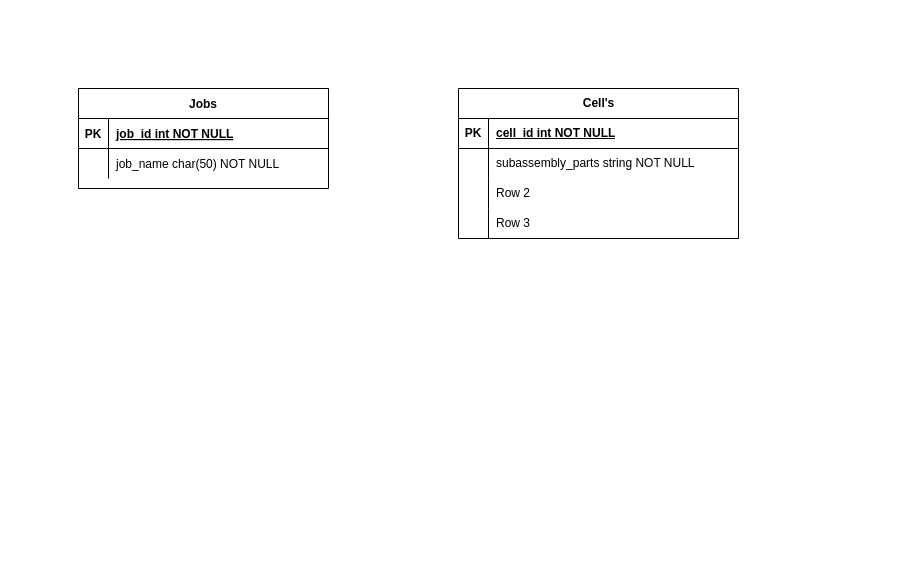
This is ER-Diagram.drawio from Philmyrage/SteelCell-Shop-Solutions, a draw.io file, before an edit. Source tidied: cells renumbered, new cells numbered last; positions are measured from the earlier drawing's top-left corner, leaving out a move shared by most shapes. Both pictures are drawn from the tidied source at 100%, with x=0, y=0 at pixel (78, 88).
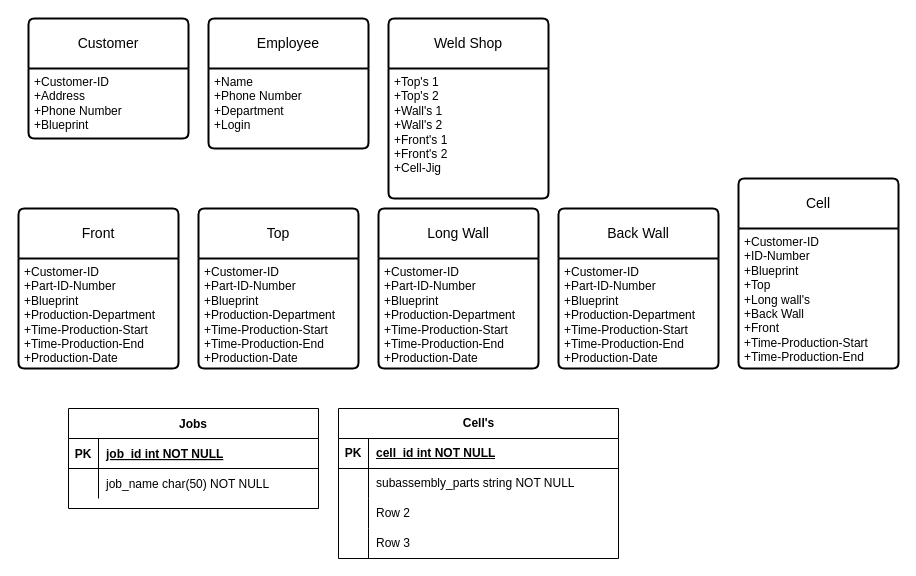
After the change.

Change to the diagram source:
```diff
@@
     <mxCell id="2" value="Jobs" style="shape=table;startSize=30;childLayout=tableLayout;rowLines=0;fontStyle=1;align=center;" parent="1" vertex="1">
-      <mxGeometry width="250" height="100" as="geometry" />
+      <mxGeometry x="-10" y="320" width="250" height="100" as="geometry" />
     </mxCell>
@@
     <mxCell id="9" value="Cell's" style="shape=table;startSize=30;childLayout=tableLayout;rowLines=0;fontStyle=1;align=center;html=1;" parent="1" vertex="1">
-      <mxGeometry x="380" width="280" height="150" as="geometry" />
+      <mxGeometry x="260" y="320" width="280" height="150" as="geometry" />
     </mxCell>
@@
+    <mxCell id="22" value="Cell" style="swimlane;horizontal=1;startSize=50;rounded=1;fontSize=14;fontStyle=0;strokeWidth=2;shadow=0;dashed=0;align=center;arcSize=4;whiteSpace=wrap;html=1;" parent="1" vertex="1">
+      <mxGeometry x="660" y="90" width="160" height="190" as="geometry" />
+    </mxCell>
+    <mxCell id="23" value="+Customer-ID&lt;br&gt;&lt;div&gt;&lt;span style=&quot;background-color: initial;&quot;&gt;+ID-Number&lt;/span&gt;&lt;/div&gt;+Blueprint&lt;br&gt;+Top&lt;div&gt;+Long wall's&lt;/div&gt;&lt;div&gt;+Back Wall&lt;/div&gt;&lt;div&gt;+Front&lt;/div&gt;&lt;div&gt;&lt;div&gt;+Time-Production-Start&lt;/div&gt;&lt;div&gt;+Time-Production-End&lt;/div&gt;&lt;/div&gt;" style="align=left;strokeColor=none;fillColor=none;spacingLeft=4;fontSize=12;verticalAlign=top;html=1;" parent="22" vertex="1">
+      <mxGeometry y="50" width="160" height="140" as="geometry" />
+    </mxCell>
+    <mxCell id="24" value="Top" style="swimlane;horizontal=1;startSize=50;rounded=1;fontSize=14;fontStyle=0;strokeWidth=2;shadow=0;dashed=0;align=center;arcSize=4;whiteSpace=wrap;html=1;" parent="1" vertex="1">
+      <mxGeometry x="120" y="120" width="160" height="160" as="geometry" />
+    </mxCell>
+    <mxCell id="25" value="+Customer-ID&lt;br&gt;+Part-ID-Number&lt;br&gt;+Blueprint&lt;div&gt;+Production-Department&lt;br&gt;&lt;div&gt;+Time-Production-Start&lt;/div&gt;&lt;div&gt;+Time-Production-End&lt;/div&gt;&lt;/div&gt;&lt;div&gt;+Production-Date&lt;/div&gt;" style="align=left;strokeColor=none;fillColor=none;spacingLeft=4;fontSize=12;verticalAlign=top;html=1;" parent="24" vertex="1">
+      <mxGeometry y="50" width="160" height="110" as="geometry" />
+    </mxCell>
+    <mxCell id="26" value="Long Wall" style="swimlane;horizontal=1;startSize=50;rounded=1;fontSize=14;fontStyle=0;strokeWidth=2;shadow=0;dashed=0;align=center;arcSize=4;whiteSpace=wrap;html=1;" parent="1" vertex="1">
+      <mxGeometry x="300" y="120" width="160" height="160" as="geometry" />
+    </mxCell>
+    <mxCell id="27" value="+Customer-ID&lt;br&gt;+Part-ID-Number&lt;br&gt;+Blueprint&lt;div&gt;+Production-Department&lt;br&gt;&lt;div&gt;+Time-Production-Start&lt;/div&gt;&lt;div&gt;+Time-Production-End&lt;/div&gt;&lt;/div&gt;&lt;div&gt;+Production-Date&lt;/div&gt;" style="align=left;strokeColor=none;fillColor=none;spacingLeft=4;fontSize=12;verticalAlign=top;html=1;" parent="26" vertex="1">
+      <mxGeometry y="50" width="160" height="110" as="geometry" />
+    </mxCell>
+    <mxCell id="28" value="Back Wall" style="swimlane;horizontal=1;startSize=50;rounded=1;fontSize=14;fontStyle=0;strokeWidth=2;shadow=0;dashed=0;align=center;arcSize=4;whiteSpace=wrap;html=1;" parent="1" vertex="1">
+      <mxGeometry x="480" y="120" width="160" height="160" as="geometry" />
+    </mxCell>
+    <mxCell id="29" value="+Customer-ID&lt;br&gt;+Part-ID-Number&lt;br&gt;+Blueprint&lt;div&gt;+Production-Department&lt;br&gt;&lt;div&gt;+Time-Production-Start&lt;/div&gt;&lt;div&gt;+Time-Production-End&lt;/div&gt;&lt;/div&gt;&lt;div&gt;+Production-Date&lt;/div&gt;" style="align=left;strokeColor=none;fillColor=none;spacingLeft=4;fontSize=12;verticalAlign=top;html=1;" parent="28" vertex="1">
+      <mxGeometry y="50" width="160" height="110" as="geometry" />
+    </mxCell>
+    <mxCell id="30" value="Front" style="swimlane;horizontal=1;startSize=50;rounded=1;fontSize=14;fontStyle=0;strokeWidth=2;shadow=0;dashed=0;align=center;arcSize=4;whiteSpace=wrap;html=1;" parent="1" vertex="1">
+      <mxGeometry x="-60" y="120" width="160" height="160" as="geometry" />
+    </mxCell>
+    <mxCell id="31" value="+Customer-ID&lt;br&gt;+Part-ID-Number&lt;br&gt;+Blueprint&lt;div&gt;+Production-Department&lt;br&gt;&lt;div&gt;+Time-Production-Start&lt;/div&gt;&lt;div&gt;+Time-Production-End&lt;/div&gt;&lt;/div&gt;&lt;div&gt;+Production-Date&lt;/div&gt;" style="align=left;strokeColor=none;fillColor=none;spacingLeft=4;fontSize=12;verticalAlign=top;html=1;" parent="30" vertex="1">
+      <mxGeometry y="50" width="160" height="110" as="geometry" />
+    </mxCell>
+    <mxCell id="32" value="Customer" style="swimlane;horizontal=1;startSize=50;rounded=1;fontSize=14;fontStyle=0;strokeWidth=2;shadow=0;dashed=0;align=center;arcSize=4;whiteSpace=wrap;html=1;" parent="1" vertex="1">
+      <mxGeometry x="-50" y="-70" width="160" height="120" as="geometry" />
+    </mxCell>
+    <mxCell id="33" value="+Customer-ID&lt;br&gt;+Address&lt;br&gt;+Phone Number&lt;div&gt;+Blueprint&lt;/div&gt;" style="align=left;strokeColor=none;fillColor=none;spacingLeft=4;fontSize=12;verticalAlign=top;html=1;" parent="32" vertex="1">
+      <mxGeometry y="50" width="160" height="70" as="geometry" />
+    </mxCell>
+    <mxCell id="34" value="Employee" style="swimlane;horizontal=1;startSize=50;rounded=1;fontSize=14;fontStyle=0;strokeWidth=2;shadow=0;dashed=0;align=center;arcSize=4;whiteSpace=wrap;html=1;" parent="1" vertex="1">
+      <mxGeometry x="130" y="-70" width="160" height="130" as="geometry" />
+    </mxCell>
+    <mxCell id="35" value="+Name&lt;br&gt;+Phone Number&lt;br&gt;+Department&lt;br&gt;&lt;div&gt;+Login&lt;/div&gt;" style="align=left;strokeColor=none;fillColor=none;spacingLeft=4;fontSize=12;verticalAlign=top;html=1;" parent="34" vertex="1">
+      <mxGeometry y="50" width="160" height="80" as="geometry" />
+    </mxCell>
+    <mxCell id="36" value="Weld Shop" style="swimlane;horizontal=1;startSize=50;rounded=1;fontSize=14;fontStyle=0;strokeWidth=2;shadow=0;dashed=0;align=center;arcSize=4;whiteSpace=wrap;html=1;" parent="1" vertex="1">
+      <mxGeometry x="310" y="-70" width="160" height="180" as="geometry" />
+    </mxCell>
+    <mxCell id="37" value="+Top's 1&lt;br&gt;+Top's 2&lt;br&gt;+Wall's 1&lt;div&gt;+Wall's 2&lt;/div&gt;&lt;div&gt;+Front's 1&lt;/div&gt;&lt;div&gt;+Front's 2&lt;/div&gt;&lt;div&gt;+Cell-Jig&lt;/div&gt;" style="align=left;strokeColor=none;fillColor=none;spacingLeft=4;fontSize=12;verticalAlign=top;html=1;" parent="36" vertex="1">
+      <mxGeometry y="50" width="160" height="130" as="geometry" />
+    </mxCell>
```
